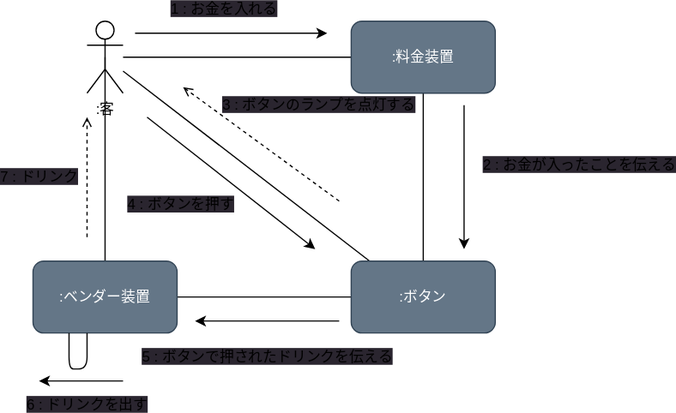
Above: 演習6-4-4_コミュニケーション図_自動販売機.drawio.svg in syutamorijyobi/uml-introduction (draw.io), before the change. Source tidied: cells renumbered, new cells last; positions are measured from the earlier drawing's top-left corner, leaving out a move shared by most shapes. Its diagram source:
```xml
<mxGraphModel>
  <root>
    <mxCell id="0" />
    <mxCell id="1" parent="0" />
    <mxCell id="2" style="edgeStyle=none;html=1;endArrow=none;endFill=0;" parent="1" edge="1" source="3" target="5">
      <mxGeometry relative="1" as="geometry" />
    </mxCell>
    <mxCell id="3" value=":客" style="shape=umlActor;verticalLabelPosition=bottom;verticalAlign=top;html=1;outlineConnect=0;" parent="1" vertex="1">
      <mxGeometry x="45" width="30" height="60" as="geometry" />
    </mxCell>
    <mxCell id="4" style="edgeStyle=none;html=1;endArrow=none;endFill=0;" parent="1" edge="1" source="5" target="9">
      <mxGeometry relative="1" as="geometry" />
    </mxCell>
    <mxCell id="5" value=":料金装置" style="rounded=1;whiteSpace=wrap;html=1;verticalAlign=middle;fillColor=#647687;fontColor=#ffffff;strokeColor=#314354;" parent="1" vertex="1">
      <mxGeometry x="265" width="120" height="60" as="geometry" />
    </mxCell>
    <mxCell id="6" value="&lt;span style=&quot;font-size: 12px; background-color: rgb(42, 37, 47);&quot;&gt;1 : お金を入れる&lt;/span&gt;" style="endArrow=classic;html=1;" parent="1" edge="1">
      <mxGeometry x="-0.08" y="20" relative="1" as="geometry">
        <mxPoint x="85" y="10" as="sourcePoint" />
        <mxPoint x="245" y="10" as="targetPoint" />
      </mxGeometry>
    </mxCell>
    <mxCell id="7" style="edgeStyle=none;html=1;endArrow=none;endFill=0;exitX=0.128;exitY=0;exitDx=0;exitDy=0;exitPerimeter=0;" parent="1" edge="1" source="9" target="3">
      <mxGeometry relative="1" as="geometry" />
    </mxCell>
    <mxCell id="8" style="edgeStyle=none;html=1;endArrow=none;endFill=0;" parent="1" edge="1" source="9" target="14">
      <mxGeometry relative="1" as="geometry" />
    </mxCell>
    <mxCell id="9" value=":ボタン" style="rounded=1;whiteSpace=wrap;html=1;fillColor=#647687;fontColor=#ffffff;strokeColor=#314354;" parent="1" vertex="1">
      <mxGeometry x="265" y="200" width="120" height="60" as="geometry" />
    </mxCell>
    <mxCell id="10" value="&lt;span style=&quot;font-size: 12px; background-color: rgb(42, 37, 47);&quot;&gt;2 : お金が入ったことを伝える&lt;/span&gt;" style="endArrow=classic;html=1;" parent="1" edge="1">
      <mxGeometry x="-0.17" y="96" relative="1" as="geometry">
        <mxPoint x="359" y="70" as="sourcePoint" />
        <mxPoint x="359" y="190" as="targetPoint" />
      </mxGeometry>
    </mxCell>
    <mxCell id="11" value="&lt;span style=&quot;font-size: 12px; background-color: rgb(42, 37, 47);&quot;&gt;3 : ボタンのランプを点灯する&lt;/span&gt;" style="endArrow=open;html=1;endFill=0;dashed=1;spacingRight=-6;" parent="1" edge="1">
      <mxGeometry x="-0.21" y="-53" relative="1" as="geometry">
        <mxPoint x="255" y="150" as="sourcePoint" />
        <mxPoint x="125" y="55" as="targetPoint" />
      </mxGeometry>
    </mxCell>
    <mxCell id="12" value="&lt;span style=&quot;font-size: 12px; background-color: rgb(42, 37, 47);&quot;&gt;4 : ボタンを押す&lt;/span&gt;" style="endArrow=classic;html=1;" parent="1" edge="1">
      <mxGeometry x="-0.24" y="-40" relative="1" as="geometry">
        <mxPoint x="95" y="80" as="sourcePoint" />
        <mxPoint x="235" y="190" as="targetPoint" />
      </mxGeometry>
    </mxCell>
    <mxCell id="13" style="edgeStyle=none;html=1;endArrow=none;endFill=0;entryX=0.5;entryY=0.5;entryDx=0;entryDy=0;entryPerimeter=0;" parent="1" edge="1" source="14" target="3">
      <mxGeometry relative="1" as="geometry" />
    </mxCell>
    <mxCell id="14" value=":ベンダー装置" style="rounded=1;whiteSpace=wrap;html=1;fillColor=#647687;strokeColor=#314354;fontColor=#ffffff;" parent="1" vertex="1">
      <mxGeometry y="200" width="120" height="60" as="geometry" />
    </mxCell>
    <mxCell id="15" style="endArrow=none;html=1;entryX=0.25;entryY=1;entryDx=0;entryDy=0;" parent="1" edge="1" target="14">
      <mxGeometry relative="1" as="geometry">
        <mxPoint x="45" y="260" as="sourcePoint" />
        <Array as="points">
          <mxPoint x="45" y="290" />
          <mxPoint x="30" y="290" />
        </Array>
      </mxGeometry>
    </mxCell>
    <mxCell id="16" value="&lt;span style=&quot;font-size: 12px; background-color: rgb(42, 37, 47);&quot;&gt;5 : ボタンで押されたドリンクを伝える&lt;/span&gt;" style="endArrow=classic;html=1;" parent="1" edge="1">
      <mxGeometry y="30" relative="1" as="geometry">
        <mxPoint x="255" y="250" as="sourcePoint" />
        <mxPoint x="135" y="250" as="targetPoint" />
      </mxGeometry>
    </mxCell>
    <mxCell id="17" value="&lt;span style=&quot;font-size: 12px; background-color: rgb(42, 37, 47);&quot;&gt;6 : ドリンクを出す&lt;/span&gt;" style="endArrow=classic;html=1;" parent="1" edge="1">
      <mxGeometry x="-0.14" y="20" relative="1" as="geometry">
        <mxPoint x="75" y="300" as="sourcePoint" />
        <mxPoint x="5" y="300" as="targetPoint" />
      </mxGeometry>
    </mxCell>
    <mxCell id="18" value="&lt;span style=&quot;font-size: 12px; background-color: rgb(42, 37, 47);&quot;&gt;7 : ドリンク&lt;/span&gt;" style="endArrow=open;html=1;dashed=1;endFill=0;" parent="1" edge="1">
      <mxGeometry y="40" relative="1" as="geometry">
        <mxPoint x="45" y="180" as="sourcePoint" />
        <mxPoint x="45" y="80" as="targetPoint" />
      </mxGeometry>
    </mxCell>
  </root>
</mxGraphModel>
```
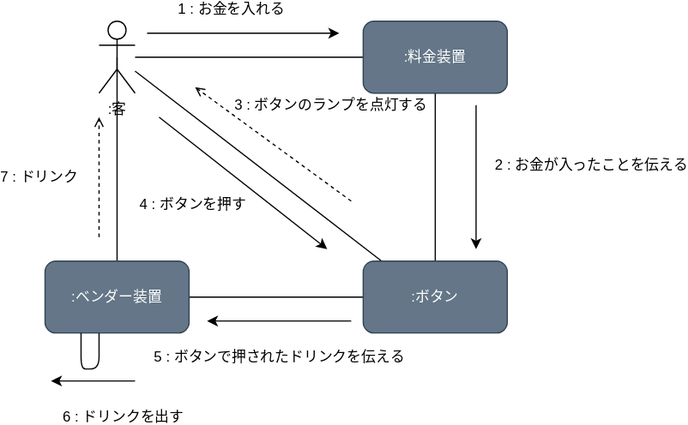
After the change.

Diff of the diagram source:
```diff
@@ -14,8 +14,8 @@
     <mxCell id="5" value=":料金装置" style="rounded=1;whiteSpace=wrap;html=1;verticalAlign=middle;fillColor=#647687;fontColor=#ffffff;strokeColor=#314354;" parent="1" vertex="1">
       <mxGeometry x="265" width="120" height="60" as="geometry" />
     </mxCell>
-    <mxCell id="6" value="&lt;span style=&quot;font-size: 12px; background-color: rgb(42, 37, 47);&quot;&gt;1 : お金を入れる&lt;/span&gt;" style="endArrow=classic;html=1;" parent="1" edge="1">
-      <mxGeometry x="-0.08" y="20" relative="1" as="geometry">
+    <mxCell id="6" value="&lt;span style=&quot;font-size: 12px;&quot;&gt;1 : お金を入れる&lt;/span&gt;" style="endArrow=classic;html=1;labelBackgroundColor=none;" parent="1" edge="1">
+      <mxGeometry x="-0.12" y="20" relative="1" as="geometry">
         <mxPoint x="85" y="10" as="sourcePoint" />
         <mxPoint x="245" y="10" as="targetPoint" />
       </mxGeometry>
@@ -29,20 +29,20 @@
     <mxCell id="9" value=":ボタン" style="rounded=1;whiteSpace=wrap;html=1;fillColor=#647687;fontColor=#ffffff;strokeColor=#314354;" parent="1" vertex="1">
       <mxGeometry x="265" y="200" width="120" height="60" as="geometry" />
     </mxCell>
-    <mxCell id="10" value="&lt;span style=&quot;font-size: 12px; background-color: rgb(42, 37, 47);&quot;&gt;2 : お金が入ったことを伝える&lt;/span&gt;" style="endArrow=classic;html=1;" parent="1" edge="1">
+    <mxCell id="10" value="&lt;span style=&quot;font-size: 12px;&quot;&gt;2 : お金が入ったことを伝える&lt;/span&gt;" style="endArrow=classic;html=1;labelBackgroundColor=none;" parent="1" edge="1">
       <mxGeometry x="-0.17" y="96" relative="1" as="geometry">
         <mxPoint x="359" y="70" as="sourcePoint" />
         <mxPoint x="359" y="190" as="targetPoint" />
       </mxGeometry>
     </mxCell>
-    <mxCell id="11" value="&lt;span style=&quot;font-size: 12px; background-color: rgb(42, 37, 47);&quot;&gt;3 : ボタンのランプを点灯する&lt;/span&gt;" style="endArrow=open;html=1;endFill=0;dashed=1;spacingRight=-6;" parent="1" edge="1">
+    <mxCell id="11" value="&lt;span style=&quot;font-size: 12px;&quot;&gt;3 : ボタンのランプを点灯する&lt;/span&gt;" style="endArrow=open;html=1;endFill=0;dashed=1;spacingRight=-6;labelBackgroundColor=none;" parent="1" edge="1">
       <mxGeometry x="-0.21" y="-53" relative="1" as="geometry">
         <mxPoint x="255" y="150" as="sourcePoint" />
         <mxPoint x="125" y="55" as="targetPoint" />
       </mxGeometry>
     </mxCell>
-    <mxCell id="12" value="&lt;span style=&quot;font-size: 12px; background-color: rgb(42, 37, 47);&quot;&gt;4 : ボタンを押す&lt;/span&gt;" style="endArrow=classic;html=1;" parent="1" edge="1">
-      <mxGeometry x="-0.24" y="-40" relative="1" as="geometry">
+    <mxCell id="12" value="&lt;span style=&quot;font-size: 12px;&quot;&gt;4 : ボタンを押す&lt;/span&gt;" style="endArrow=classic;html=1;labelBackgroundColor=none;" parent="1" edge="1">
+      <mxGeometry x="-0.25" y="-40" relative="1" as="geometry">
         <mxPoint x="95" y="80" as="sourcePoint" />
         <mxPoint x="235" y="190" as="targetPoint" />
       </mxGeometry>
@@ -62,20 +62,20 @@
         </Array>
       </mxGeometry>
     </mxCell>
-    <mxCell id="16" value="&lt;span style=&quot;font-size: 12px; background-color: rgb(42, 37, 47);&quot;&gt;5 : ボタンで押されたドリンクを伝える&lt;/span&gt;" style="endArrow=classic;html=1;" parent="1" edge="1">
+    <mxCell id="16" value="&lt;span style=&quot;font-size: 12px;&quot;&gt;5 : ボタンで押されたドリンクを伝える&lt;/span&gt;" style="endArrow=classic;html=1;labelBackgroundColor=none;" parent="1" edge="1">
       <mxGeometry y="30" relative="1" as="geometry">
         <mxPoint x="255" y="250" as="sourcePoint" />
         <mxPoint x="135" y="250" as="targetPoint" />
       </mxGeometry>
     </mxCell>
-    <mxCell id="17" value="&lt;span style=&quot;font-size: 12px; background-color: rgb(42, 37, 47);&quot;&gt;6 : ドリンクを出す&lt;/span&gt;" style="endArrow=classic;html=1;" parent="1" edge="1">
-      <mxGeometry x="-0.14" y="20" relative="1" as="geometry">
+    <mxCell id="17" value="&lt;span style=&quot;font-size: 12px;&quot;&gt;6 : ドリンクを出す&lt;/span&gt;" style="endArrow=classic;html=1;labelBackgroundColor=none;" parent="1" edge="1">
+      <mxGeometry x="-0.71" y="30" relative="1" as="geometry">
         <mxPoint x="75" y="300" as="sourcePoint" />
         <mxPoint x="5" y="300" as="targetPoint" />
       </mxGeometry>
     </mxCell>
-    <mxCell id="18" value="&lt;span style=&quot;font-size: 12px; background-color: rgb(42, 37, 47);&quot;&gt;7 : ドリンク&lt;/span&gt;" style="endArrow=open;html=1;dashed=1;endFill=0;" parent="1" edge="1">
-      <mxGeometry y="40" relative="1" as="geometry">
+    <mxCell id="18" value="&lt;span style=&quot;font-size: 12px;&quot;&gt;7 : ドリンク&lt;/span&gt;" style="endArrow=open;html=1;dashed=1;endFill=0;labelBackgroundColor=none;" parent="1" edge="1">
+      <mxGeometry y="50" relative="1" as="geometry">
         <mxPoint x="45" y="180" as="sourcePoint" />
         <mxPoint x="45" y="80" as="targetPoint" />
       </mxGeometry>
```
